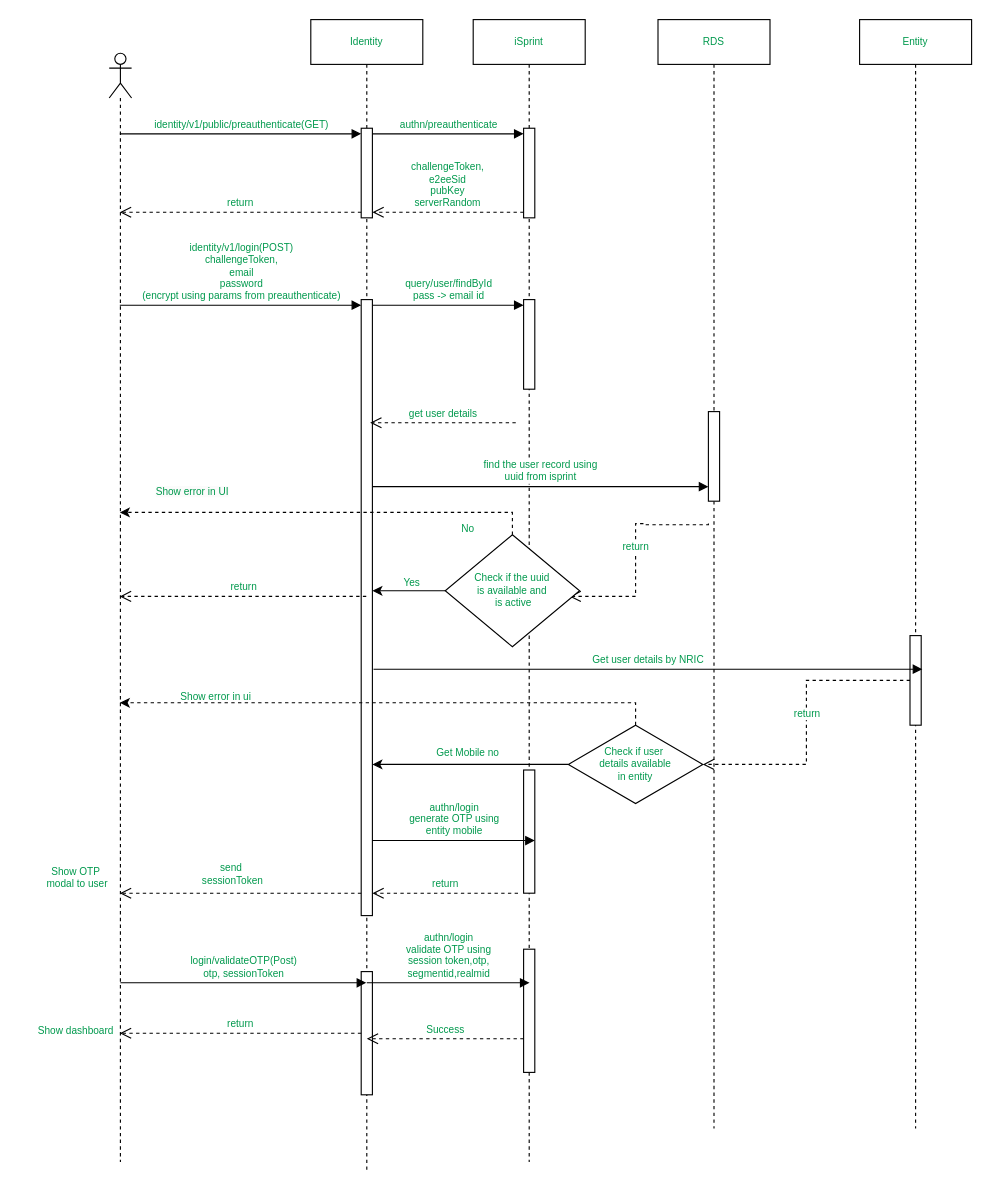
Above: Untitled Diagram.drawio in ajeeshraj56/drawio (draw.io), before the change. Source tidied: cells renumbered, new cells numbered last; positions are measured from the earlier drawing's top-left corner, leaving out a move shared by most shapes. Both pictures are drawn from the tidied source at 112%, with x=0, y=0 at pixel (25, 19).
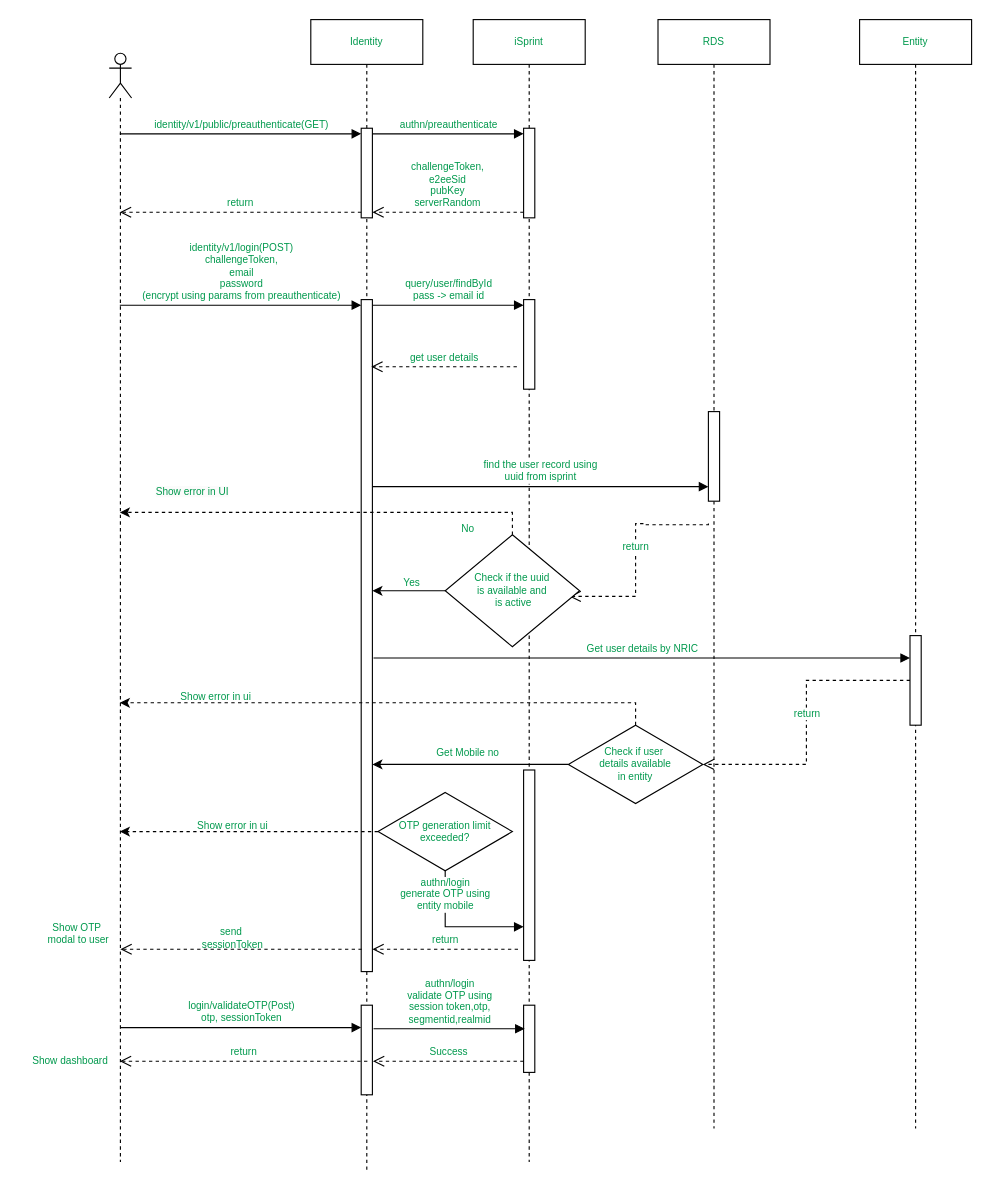
Above is the later version.

Unchanged cells that the change refers to:
```xml
<mxCell id="2" style="shape=umlLifeline;perimeter=lifelinePerimeter;whiteSpace=wrap;html=1;outlineConnect=0;portConstraint=eastwest;newEdgeStyle={&quot;curved&quot;:0,&quot;rounded&quot;:0};participant=umlActor;fontColor=#00994D;fontSize=9;" parent="1" vertex="1">
  <mxGeometry x="75" y="30" width="20" height="990" as="geometry" />
</mxCell>
<mxCell id="3" value="Identity" style="shape=umlLifeline;perimeter=lifelinePerimeter;whiteSpace=wrap;html=1;outlineConnect=0;portConstraint=eastwest;newEdgeStyle={&quot;curved&quot;:0,&quot;rounded&quot;:0};fontColor=#00994D;fontSize=9;" parent="1" vertex="1">
  <mxGeometry x="255" width="100" height="1030" as="geometry" />
</mxCell>
<mxCell id="7" value="iSprint" style="shape=umlLifeline;perimeter=lifelinePerimeter;whiteSpace=wrap;html=1;newEdgeStyle={&quot;curved&quot;:0,&quot;rounded&quot;:0};fontColor=#00994D;fontSize=9;" parent="1" vertex="1">
  <mxGeometry x="400" width="100" height="1020" as="geometry" />
</mxCell>
<mxCell id="15" style="html=1;points=[[0,0,0,0,5],[0,1,0,0,-5],[1,0,0,0,5],[1,1,0,0,-5]];perimeter=orthogonalPerimeter;outlineConnect=0;targetShapes=umlLifeline;portConstraint=eastwest;newEdgeStyle={&quot;curved&quot;:0,&quot;rounded&quot;:0};fontColor=#00994D;fontSize=9;" parent="14" vertex="1">
  <mxGeometry x="45" y="550" width="10" height="80" as="geometry" />
</mxCell>
```

The edit, as a diff of the source:
```diff
@@
     <mxCell id="5" style="html=1;points=[[0,0,0,0,5],[0,1,0,0,-5],[1,0,0,0,5],[1,1,0,0,-5]];perimeter=orthogonalPerimeter;outlineConnect=0;targetShapes=umlLifeline;portConstraint=eastwest;newEdgeStyle={&quot;curved&quot;:0,&quot;rounded&quot;:0};fontColor=#00994D;fontSize=9;" parent="3" vertex="1">
-      <mxGeometry x="45" y="250" width="10" height="550" as="geometry" />
+      <mxGeometry x="45" y="250" width="10" height="600" as="geometry" />
     </mxCell>
     <mxCell id="6" style="html=1;points=[[0,0,0,0,5],[0,1,0,0,-5],[1,0,0,0,5],[1,1,0,0,-5]];perimeter=orthogonalPerimeter;outlineConnect=0;targetShapes=umlLifeline;portConstraint=eastwest;newEdgeStyle={&quot;curved&quot;:0,&quot;rounded&quot;:0};fontColor=#00994D;fontSize=9;" parent="3" vertex="1">
-      <mxGeometry x="45" y="850" width="10" height="110" as="geometry" />
+      <mxGeometry x="45" y="880" width="10" height="80" as="geometry" />
     </mxCell>
@@
     <mxCell id="10" style="html=1;points=[[0,0,0,0,5],[0,1,0,0,-5],[1,0,0,0,5],[1,1,0,0,-5]];perimeter=orthogonalPerimeter;outlineConnect=0;targetShapes=umlLifeline;portConstraint=eastwest;newEdgeStyle={&quot;curved&quot;:0,&quot;rounded&quot;:0};fontColor=#00994D;fontSize=9;" parent="7" vertex="1">
-      <mxGeometry x="45" y="670" width="10" height="110" as="geometry" />
+      <mxGeometry x="45" y="670" width="10" height="170" as="geometry" />
     </mxCell>
     <mxCell id="11" style="html=1;points=[[0,0,0,0,5],[0,1,0,0,-5],[1,0,0,0,5],[1,1,0,0,-5]];perimeter=orthogonalPerimeter;outlineConnect=0;targetShapes=umlLifeline;portConstraint=eastwest;newEdgeStyle={&quot;curved&quot;:0,&quot;rounded&quot;:0};fontColor=#00994D;fontSize=9;" parent="7" vertex="1">
-      <mxGeometry x="45" y="830" width="10" height="110" as="geometry" />
+      <mxGeometry x="45" y="880" width="10" height="60" as="geometry" />
     </mxCell>
@@
     <mxCell id="22" value="&lt;span style=&quot;font-size: 9px;&quot;&gt;get user details&lt;/span&gt;" style="html=1;verticalAlign=bottom;endArrow=open;dashed=1;endSize=8;curved=0;rounded=0;exitX=0;exitY=1;exitDx=0;exitDy=-5;entryX=1;entryY=1;entryDx=0;entryDy=-5;entryPerimeter=0;fontColor=#00994D;fontSize=9;" parent="1" edge="1">
       <mxGeometry relative="1" as="geometry">
-        <mxPoint x="438" y="360" as="sourcePoint" />
-        <mxPoint x="308" y="360" as="targetPoint" />
+        <mxPoint x="439" y="310" as="sourcePoint" />
+        <mxPoint x="309" y="310" as="targetPoint" />
       </mxGeometry>
     </mxCell>
@@
-    <mxCell id="31" value="&lt;font style=&quot;font-size: 9px;&quot;&gt;Get user details by NRIC&lt;/font&gt;" style="html=1;verticalAlign=bottom;endArrow=block;curved=0;rounded=0;fontColor=#00994D;fontSize=9;" parent="1" edge="1">
+    <mxCell id="31" value="&lt;font style=&quot;font-size: 9px;&quot;&gt;Get user details by NRIC&lt;/font&gt;" style="html=1;verticalAlign=bottom;endArrow=block;curved=0;rounded=0;fontColor=#00994D;fontSize=9;" parent="1" edge="1" target="15">
       <mxGeometry relative="1" as="geometry">
-        <mxPoint x="311" y="580" as="sourcePoint" />
-        <mxPoint x="801" y="580" as="targetPoint" />
+        <mxPoint x="311" y="570" as="sourcePoint" />
       </mxGeometry>
     </mxCell>
@@
-    <mxCell id="38" value="&lt;font style=&quot;font-size: 9px;&quot;&gt;authn/login&lt;br style=&quot;font-size: 9px;&quot;&gt;generate OTP using &lt;br style=&quot;font-size: 9px;&quot;&gt;entity mobile&lt;/font&gt;" style="html=1;verticalAlign=bottom;endArrow=block;curved=0;rounded=0;exitX=0.967;exitY=0.97;exitDx=0;exitDy=0;exitPerimeter=0;fontColor=#00994D;entryX=1;entryY=0.727;entryDx=0;entryDy=0;entryPerimeter=0;fontSize=9;" parent="1" edge="1">
-      <mxGeometry relative="1" as="geometry">
-        <mxPoint x="309.7" y="733" as="sourcePoint" />
-        <mxPoint x="455" y="733" as="targetPoint" />
+    <mxCell id="38" value="&lt;font style=&quot;font-size: 9px;&quot;&gt;authn/login&lt;br style=&quot;font-size: 9px;&quot;&gt;generate OTP using &lt;br style=&quot;font-size: 9px;&quot;&gt;entity mobile&lt;/font&gt;" style="html=1;verticalAlign=bottom;endArrow=block;rounded=0;fontColor=#00994D;fontSize=9;exitX=0.5;exitY=1;exitDx=0;exitDy=0;edgeStyle=orthogonalEdgeStyle;" parent="1" edge="1" source="48" target="10">
+      <mxGeometry x="-0.33" relative="1" as="geometry">
+        <Array as="points">
+          <mxPoint x="375" y="810" />
+        </Array>
       </mxGeometry>
     </mxCell>
     <mxCell id="39" value="return" style="html=1;verticalAlign=bottom;endArrow=open;dashed=1;endSize=8;curved=0;rounded=0;fontColor=#00994D;fontSize=9;" parent="1" edge="1">
       <mxGeometry relative="1" as="geometry">
-        <mxPoint x="440" y="780" as="sourcePoint" />
-        <mxPoint x="310" y="780" as="targetPoint" />
+        <mxPoint x="440" y="830" as="sourcePoint" />
+        <mxPoint x="310" y="830" as="targetPoint" />
       </mxGeometry>
     </mxCell>
     <mxCell id="40" value="&lt;font style=&quot;font-size: 9px;&quot;&gt;Show OTP&lt;br style=&quot;font-size: 9px;&quot;&gt;&amp;nbsp;modal to user&lt;/font&gt;" style="html=1;verticalAlign=bottom;endArrow=open;dashed=1;endSize=8;curved=0;rounded=0;fontColor=#00994D;fontSize=9;" parent="1" edge="1">
       <mxGeometry x="1" y="40" relative="1" as="geometry">
-        <mxPoint x="300" y="780" as="sourcePoint" />
-        <mxPoint x="84.5" y="780" as="targetPoint" />
+        <mxPoint x="300.5" y="830" as="sourcePoint" />
+        <mxPoint x="85" y="830" as="targetPoint" />
         <mxPoint x="-39" y="-40" as="offset" />
       </mxGeometry>
     </mxCell>
     <mxCell id="41" value="&lt;font style=&quot;font-size: 9px;&quot;&gt;send&amp;nbsp;&lt;br style=&quot;font-size: 9px;&quot;&gt;sessionToken&lt;/font&gt;" style="text;html=1;align=center;verticalAlign=middle;strokeColor=none;fillColor=none;fontColor=#00994D;fontSize=9;" parent="1" vertex="1">
-      <mxGeometry x="145" y="743" width="80" height="40" as="geometry" />
+      <mxGeometry x="145" y="800" width="80" height="40" as="geometry" />
     </mxCell>
-    <mxCell id="42" value="&lt;font style=&quot;font-size: 9px;&quot;&gt;login/validateOTP(Post)&lt;br style=&quot;font-size: 9px;&quot;&gt;otp, sessionToken&lt;/font&gt;" style="html=1;verticalAlign=bottom;endArrow=block;curved=0;rounded=0;fontColor=#00994D;fontSize=9;" parent="1" edge="1" target="3">
+    <mxCell id="42" value="&lt;font style=&quot;font-size: 9px;&quot;&gt;login/validateOTP(Post)&lt;br style=&quot;font-size: 9px;&quot;&gt;otp, sessionToken&lt;/font&gt;" style="html=1;verticalAlign=bottom;endArrow=block;curved=0;rounded=0;fontColor=#00994D;fontSize=9;" parent="1" edge="1" target="6">
       <mxGeometry relative="1" as="geometry">
-        <mxPoint x="85" y="860" as="sourcePoint" />
+        <mxPoint x="85" y="900" as="sourcePoint" />
       </mxGeometry>
     </mxCell>
-    <mxCell id="43" value="&lt;font style=&quot;font-size: 9px;&quot;&gt;authn/login&lt;br style=&quot;font-size: 9px;&quot;&gt;validate OTP using &lt;br style=&quot;font-size: 9px;&quot;&gt;session token,otp,&lt;br style=&quot;font-size: 9px;&quot;&gt;segmentid,realmid&lt;br style=&quot;font-size: 9px;&quot;&gt;&lt;/font&gt;" style="html=1;verticalAlign=bottom;endArrow=block;curved=0;rounded=0;exitX=0.967;exitY=0.97;exitDx=0;exitDy=0;exitPerimeter=0;fontColor=#00994D;entryX=1;entryY=0.727;entryDx=0;entryDy=0;entryPerimeter=0;fontSize=9;" parent="1" edge="1">
+    <mxCell id="43" value="&lt;font style=&quot;font-size: 9px;&quot;&gt;authn/login&lt;br style=&quot;font-size: 9px;&quot;&gt;validate OTP using &lt;br style=&quot;font-size: 9px;&quot;&gt;session token,otp,&lt;br style=&quot;font-size: 9px;&quot;&gt;segmentid,realmid&lt;br style=&quot;font-size: 9px;&quot;&gt;&lt;/font&gt;" style="html=1;verticalAlign=bottom;endArrow=block;curved=0;rounded=0;fontColor=#00994D;fontSize=9;" parent="1" edge="1">
       <mxGeometry relative="1" as="geometry">
-        <mxPoint x="305" y="860" as="sourcePoint" />
-        <mxPoint x="450.3" y="860" as="targetPoint" />
+        <mxPoint x="311" y="901" as="sourcePoint" />
+        <mxPoint x="446" y="901" as="targetPoint" />
       </mxGeometry>
     </mxCell>
-    <mxCell id="44" value="Success" style="html=1;verticalAlign=bottom;endArrow=open;dashed=1;endSize=8;curved=0;rounded=0;fontColor=#00994D;fontSize=9;" parent="1" edge="1" source="11">
+    <mxCell id="44" value="Success" style="html=1;verticalAlign=bottom;endArrow=open;dashed=1;endSize=8;curved=0;rounded=0;fontColor=#00994D;fontSize=9;exitX=0;exitY=1;exitDx=0;exitDy=-5;exitPerimeter=0;" parent="1" edge="1">
       <mxGeometry relative="1" as="geometry">
-        <mxPoint x="305" y="910" as="targetPoint" />
+        <mxPoint x="445" y="930" as="sourcePoint" />
+        <mxPoint x="310.5" y="930" as="targetPoint" />
       </mxGeometry>
     </mxCell>
-    <mxCell id="45" value="return" style="html=1;verticalAlign=bottom;endArrow=open;dashed=1;endSize=8;curved=0;rounded=0;fontColor=#00994D;fontSize=9;" parent="1" edge="1" source="3" target="2">
-      <mxGeometry relative="1" as="geometry" />
-    </mxCell>
-    <mxCell id="46" value="return" style="html=1;verticalAlign=bottom;endArrow=open;dashed=1;endSize=8;curved=0;rounded=0;fontSize=9;fontColor=#00994D;" parent="1" edge="1" source="6" target="2">
-      <mxGeometry relative="1" as="geometry" />
+    <mxCell id="46" value="return" style="html=1;verticalAlign=bottom;endArrow=open;dashed=1;endSize=8;curved=0;rounded=0;fontSize=9;fontColor=#00994D;" parent="1" edge="1" target="2">
+      <mxGeometry relative="1" as="geometry">
+        <mxPoint x="305.5" y="930" as="sourcePoint" />
+      </mxGeometry>
     </mxCell>
     <mxCell id="47" value="&lt;font style=&quot;font-size: 9px;&quot;&gt;Show dashboard&lt;/font&gt;" style="text;html=1;align=center;verticalAlign=middle;strokeColor=none;fillColor=none;fontSize=9;fontColor=#00994D;" parent="1" vertex="1">
-      <mxGeometry y="893" width="90" height="20" as="geometry" />
+      <mxGeometry x="-5" y="920" width="90" height="20" as="geometry" />
     </mxCell>
+    <mxCell id="48" value="&lt;font style=&quot;font-size: 9px;&quot;&gt;OTP generation limit exceeded?&lt;br style=&quot;font-size: 9px;&quot;&gt;&lt;/font&gt;" style="rhombus;whiteSpace=wrap;html=1;fontColor=#00994D;fontSize=9;" parent="1" vertex="1">
+      <mxGeometry x="315" y="690" width="120" height="70" as="geometry" />
+    </mxCell>
+    <mxCell id="49" style="rounded=0;jettySize=auto;html=1;dashed=1;fontColor=#00994D;fontSize=9;exitX=0;exitY=0.5;exitDx=0;exitDy=0;" parent="1" edge="1" source="48" target="2">
+      <mxGeometry relative="1" as="geometry" />
+    </mxCell>
+    <mxCell id="50" value="&lt;font style=&quot;font-size: 9px;&quot;&gt;Show error in ui&lt;/font&gt;" style="text;html=1;align=center;verticalAlign=middle;strokeColor=none;fillColor=none;fontColor=#00994D;fontSize=9;" parent="1" vertex="1">
+      <mxGeometry x="140" y="710" width="90" height="20" as="geometry" />
+    </mxCell>
```
